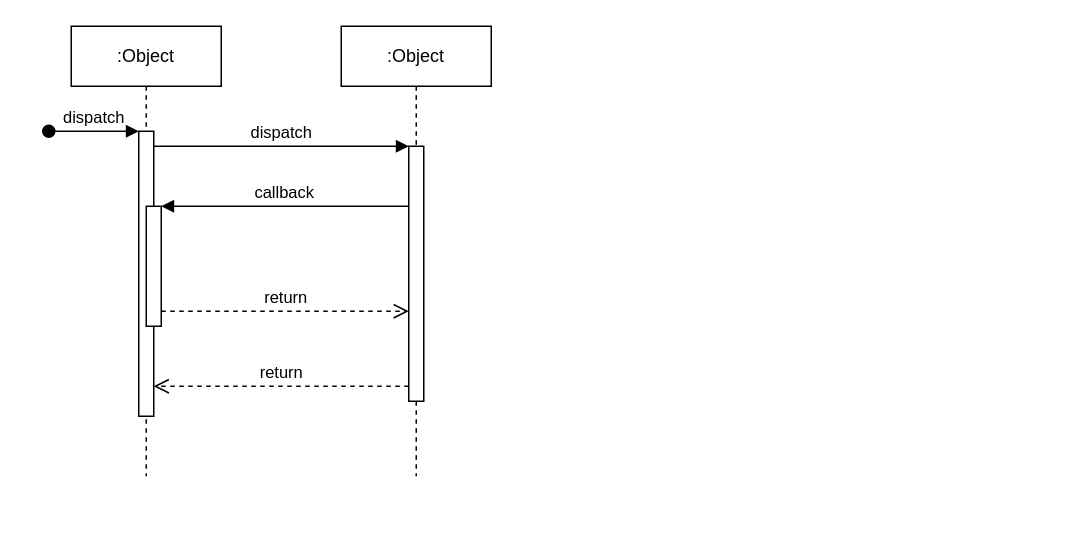
The draw.io diagram lab 9 2.drawio in AhmedButtar7/testrepo, before the edit. Source tidied: cells renumbered, new cells numbered last; positions are measured from the earlier drawing's top-left corner, leaving out a move shared by most shapes. Both pictures are drawn from the tidied source at 150%, with x=0, y=0 at pixel (48, 26).
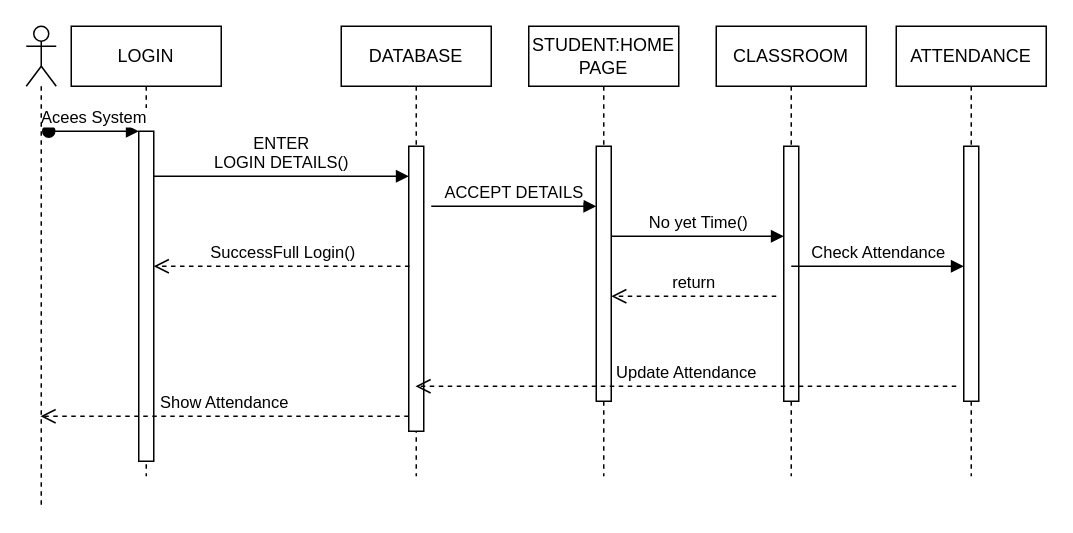
Above is the later version.

Change to the diagram source:
```diff
@@
-    <mxCell id="2" value=":Object" style="shape=umlLifeline;perimeter=lifelinePerimeter;whiteSpace=wrap;html=1;newEdgeStyle={&quot;edgeStyle&quot;:&quot;elbowEdgeStyle&quot;,&quot;elbow&quot;:&quot;vertical&quot;,&quot;curved&quot;:0,&quot;rounded&quot;:0};" parent="1" vertex="1">
+    <mxCell id="2" value="LOGIN" style="shape=umlLifeline;perimeter=lifelinePerimeter;whiteSpace=wrap;html=1;newEdgeStyle={&quot;edgeStyle&quot;:&quot;elbowEdgeStyle&quot;,&quot;elbow&quot;:&quot;vertical&quot;,&quot;curved&quot;:0,&quot;rounded&quot;:0};" parent="1" vertex="1">
       <mxGeometry x="15" width="100" height="300" as="geometry" />
     </mxCell>
     <mxCell id="3" style="html=1;points=[];perimeter=orthogonalPerimeter;outlineConnect=0;targetShapes=umlLifeline;portConstraint=eastwest;newEdgeStyle={&quot;edgeStyle&quot;:&quot;elbowEdgeStyle&quot;,&quot;elbow&quot;:&quot;vertical&quot;,&quot;curved&quot;:0,&quot;rounded&quot;:0};" parent="2" vertex="1">
-      <mxGeometry x="45" y="70" width="10" height="190" as="geometry" />
+      <mxGeometry x="45" y="70" width="10" height="220" as="geometry" />
     </mxCell>
-    <mxCell id="4" value="dispatch" style="html=1;verticalAlign=bottom;startArrow=oval;endArrow=block;startSize=8;edgeStyle=elbowEdgeStyle;elbow=vertical;curved=0;rounded=0;" parent="2" edge="1" target="3">
+    <mxCell id="4" value="Acees System" style="html=1;verticalAlign=bottom;startArrow=oval;endArrow=block;startSize=8;edgeStyle=elbowEdgeStyle;elbow=vertical;curved=0;rounded=0;" parent="2" edge="1" target="3">
       <mxGeometry relative="1" as="geometry">
         <mxPoint x="-15" y="70" as="sourcePoint" />
       </mxGeometry>
     </mxCell>
-    <mxCell id="5" style="html=1;points=[];perimeter=orthogonalPerimeter;outlineConnect=0;targetShapes=umlLifeline;portConstraint=eastwest;newEdgeStyle={&quot;edgeStyle&quot;:&quot;elbowEdgeStyle&quot;,&quot;elbow&quot;:&quot;vertical&quot;,&quot;curved&quot;:0,&quot;rounded&quot;:0};" parent="2" vertex="1">
-      <mxGeometry x="50" y="120" width="10" height="80" as="geometry" />
-    </mxCell>
-    <mxCell id="6" value=":Object" style="shape=umlLifeline;perimeter=lifelinePerimeter;whiteSpace=wrap;html=1;outlineConnect=0;portConstraint=eastwest;newEdgeStyle={&quot;edgeStyle&quot;:&quot;elbowEdgeStyle&quot;,&quot;elbow&quot;:&quot;vertical&quot;,&quot;curved&quot;:0,&quot;rounded&quot;:0};" parent="1" vertex="1">
+    <mxCell id="6" value="DATABASE" style="shape=umlLifeline;perimeter=lifelinePerimeter;whiteSpace=wrap;html=1;outlineConnect=0;portConstraint=eastwest;newEdgeStyle={&quot;edgeStyle&quot;:&quot;elbowEdgeStyle&quot;,&quot;elbow&quot;:&quot;vertical&quot;,&quot;curved&quot;:0,&quot;rounded&quot;:0};" parent="1" vertex="1">
       <mxGeometry x="195" width="100" height="300" as="geometry" />
     </mxCell>
     <mxCell id="7" style="html=1;points=[];perimeter=orthogonalPerimeter;outlineConnect=0;targetShapes=umlLifeline;portConstraint=eastwest;newEdgeStyle={&quot;edgeStyle&quot;:&quot;elbowEdgeStyle&quot;,&quot;elbow&quot;:&quot;vertical&quot;,&quot;curved&quot;:0,&quot;rounded&quot;:0};" parent="6" vertex="1">
-      <mxGeometry x="45" y="80" width="10" height="170" as="geometry" />
+      <mxGeometry x="45" y="80" width="10" height="190" as="geometry" />
     </mxCell>
-    <mxCell id="8" value="dispatch" style="html=1;verticalAlign=bottom;endArrow=block;edgeStyle=elbowEdgeStyle;elbow=vertical;curved=0;rounded=0;" parent="1" edge="1" source="3" target="7">
+    <mxCell id="8" value="ENTER&lt;div&gt;LOGIN DETAILS()&lt;/div&gt;" style="html=1;verticalAlign=bottom;endArrow=block;edgeStyle=elbowEdgeStyle;elbow=vertical;curved=0;rounded=0;" parent="1" edge="1" source="3" target="7">
       <mxGeometry relative="1" as="geometry">
         <Array as="points">
-          <mxPoint x="155" y="80" />
+          <mxPoint x="165" y="100" />
+          <mxPoint x="125" y="80" />
         </Array>
       </mxGeometry>
     </mxCell>
-    <mxCell id="9" value="return" style="html=1;verticalAlign=bottom;endArrow=open;dashed=1;endSize=8;edgeStyle=elbowEdgeStyle;elbow=vertical;curved=0;rounded=0;" parent="1" edge="1" source="7" target="3">
+    <mxCell id="9" value="Show Attendance" style="html=1;verticalAlign=bottom;endArrow=open;dashed=1;endSize=8;edgeStyle=elbowEdgeStyle;elbow=vertical;curved=0;rounded=0;" parent="1" edge="1">
       <mxGeometry relative="1" as="geometry">
+        <mxPoint x="240" y="260" as="sourcePoint" />
+        <mxPoint x="-5.5" y="260" as="targetPoint" />
         <Array as="points">
-          <mxPoint x="165" y="240" />
+          <mxPoint x="135" y="260" />
         </Array>
       </mxGeometry>
     </mxCell>
-    <mxCell id="10" value="callback" style="html=1;verticalAlign=bottom;endArrow=block;edgeStyle=elbowEdgeStyle;elbow=vertical;curved=0;rounded=0;" parent="1" edge="1" source="7" target="5">
-      <mxGeometry relative="1" as="geometry">
-        <Array as="points">
-          <mxPoint x="165" y="120" />
-        </Array>
-      </mxGeometry>
-    </mxCell>
+    <mxCell id="12" style="shape=umlLifeline;perimeter=lifelinePerimeter;whiteSpace=wrap;html=1;newEdgeStyle={&quot;curved&quot;:0,&quot;rounded&quot;:0};participant=umlActor;" parent="1" vertex="1">
+      <mxGeometry x="-15" width="20" height="320" as="geometry" />
+    </mxCell>
+    <mxCell id="13" value="STUDENT:HOME PAGE" style="shape=umlLifeline;perimeter=lifelinePerimeter;whiteSpace=wrap;html=1;newEdgeStyle={&quot;edgeStyle&quot;:&quot;elbowEdgeStyle&quot;,&quot;elbow&quot;:&quot;vertical&quot;,&quot;curved&quot;:0,&quot;rounded&quot;:0};" parent="1" vertex="1">
+      <mxGeometry x="320" width="100" height="300" as="geometry" />
+    </mxCell>
+    <mxCell id="14" style="html=1;points=[];perimeter=orthogonalPerimeter;outlineConnect=0;targetShapes=umlLifeline;portConstraint=eastwest;newEdgeStyle={&quot;edgeStyle&quot;:&quot;elbowEdgeStyle&quot;,&quot;elbow&quot;:&quot;vertical&quot;,&quot;curved&quot;:0,&quot;rounded&quot;:0};" parent="13" vertex="1">
+      <mxGeometry x="45" y="80" width="10" height="170" as="geometry" />
+    </mxCell>
+    <mxCell id="15" value="CLASSROOM" style="shape=umlLifeline;perimeter=lifelinePerimeter;whiteSpace=wrap;html=1;newEdgeStyle={&quot;edgeStyle&quot;:&quot;elbowEdgeStyle&quot;,&quot;elbow&quot;:&quot;vertical&quot;,&quot;curved&quot;:0,&quot;rounded&quot;:0};" parent="1" vertex="1">
+      <mxGeometry x="445" width="100" height="300" as="geometry" />
+    </mxCell>
+    <mxCell id="16" style="html=1;points=[];perimeter=orthogonalPerimeter;outlineConnect=0;targetShapes=umlLifeline;portConstraint=eastwest;newEdgeStyle={&quot;edgeStyle&quot;:&quot;elbowEdgeStyle&quot;,&quot;elbow&quot;:&quot;vertical&quot;,&quot;curved&quot;:0,&quot;rounded&quot;:0};" parent="15" vertex="1">
+      <mxGeometry x="45" y="80" width="10" height="170" as="geometry" />
+    </mxCell>
+    <mxCell id="17" value="ATTENDANCE" style="shape=umlLifeline;perimeter=lifelinePerimeter;whiteSpace=wrap;html=1;newEdgeStyle={&quot;edgeStyle&quot;:&quot;elbowEdgeStyle&quot;,&quot;elbow&quot;:&quot;vertical&quot;,&quot;curved&quot;:0,&quot;rounded&quot;:0};" parent="1" vertex="1">
+      <mxGeometry x="565" width="100" height="300" as="geometry" />
+    </mxCell>
+    <mxCell id="18" style="html=1;perimeter=orthogonalPerimeter;targetShapes=umlLifeline;newEdgeStyle={&quot;edgeStyle&quot;:&quot;elbowEdgeStyle&quot;,&quot;elbow&quot;:&quot;vertical&quot;,&quot;curved&quot;:0,&quot;rounded&quot;:0};" parent="17" vertex="1">
+      <mxGeometry x="45" y="80" width="10" height="170" as="geometry" />
+    </mxCell>
+    <mxCell id="19" value="ACCEPT DETAILS" style="html=1;verticalAlign=bottom;endArrow=block;curved=0;rounded=0;" parent="1" edge="1" target="14">
+      <mxGeometry relative="1" as="geometry">
+        <mxPoint x="255" y="120" as="sourcePoint" />
+      </mxGeometry>
+    </mxCell>
+    <mxCell id="20" value="No yet Time()" style="html=1;verticalAlign=bottom;endArrow=block;curved=0;rounded=0;" parent="1" edge="1" target="16">
+      <mxGeometry relative="1" as="geometry">
+        <mxPoint x="375" y="140" as="sourcePoint" />
+      </mxGeometry>
+    </mxCell>
-    <mxCell id="11" value="return" style="html=1;verticalAlign=bottom;endArrow=open;dashed=1;endSize=8;edgeStyle=elbowEdgeStyle;elbow=vertical;curved=0;rounded=0;" parent="1" edge="1" source="5" target="7">
+    <mxCell id="11" value="return" style="html=1;verticalAlign=bottom;endArrow=open;dashed=1;endSize=8;edgeStyle=elbowEdgeStyle;elbow=vertical;curved=0;rounded=0;" parent="1" edge="1">
       <mxGeometry relative="1" as="geometry">
+        <mxPoint x="485" y="180" as="sourcePoint" />
+        <mxPoint x="375" y="180" as="targetPoint" />
         <Array as="points">
-          <mxPoint x="155" y="190" />
+          <mxPoint x="420" y="180" />
         </Array>
       </mxGeometry>
     </mxCell>
+    <mxCell id="21" value="Check Attendance" style="html=1;verticalAlign=bottom;endArrow=block;curved=0;rounded=0;" parent="1" edge="1">
+      <mxGeometry relative="1" as="geometry">
+        <mxPoint x="495" y="160" as="sourcePoint" />
+        <mxPoint x="610" y="160" as="targetPoint" />
+      </mxGeometry>
+    </mxCell>
+    <mxCell id="22" value="Update Attendance" style="html=1;verticalAlign=bottom;endArrow=open;dashed=1;endSize=8;edgeStyle=elbowEdgeStyle;elbow=vertical;curved=0;rounded=0;" parent="1" edge="1" target="6">
+      <mxGeometry relative="1" as="geometry">
+        <mxPoint x="605" y="240" as="sourcePoint" />
+        <Array as="points">
+          <mxPoint x="540" y="240" />
+        </Array>
+      </mxGeometry>
+    </mxCell>
+    <mxCell id="23" value="SuccessFull Login()" style="html=1;verticalAlign=bottom;endArrow=open;dashed=1;endSize=8;edgeStyle=elbowEdgeStyle;elbow=vertical;curved=0;rounded=0;" parent="1" edge="1" target="3">
+      <mxGeometry relative="1" as="geometry">
+        <mxPoint x="240.5" y="160" as="sourcePoint" />
+        <Array as="points">
+          <mxPoint x="135.5" y="160" />
+        </Array>
+      </mxGeometry>
+    </mxCell>
```
